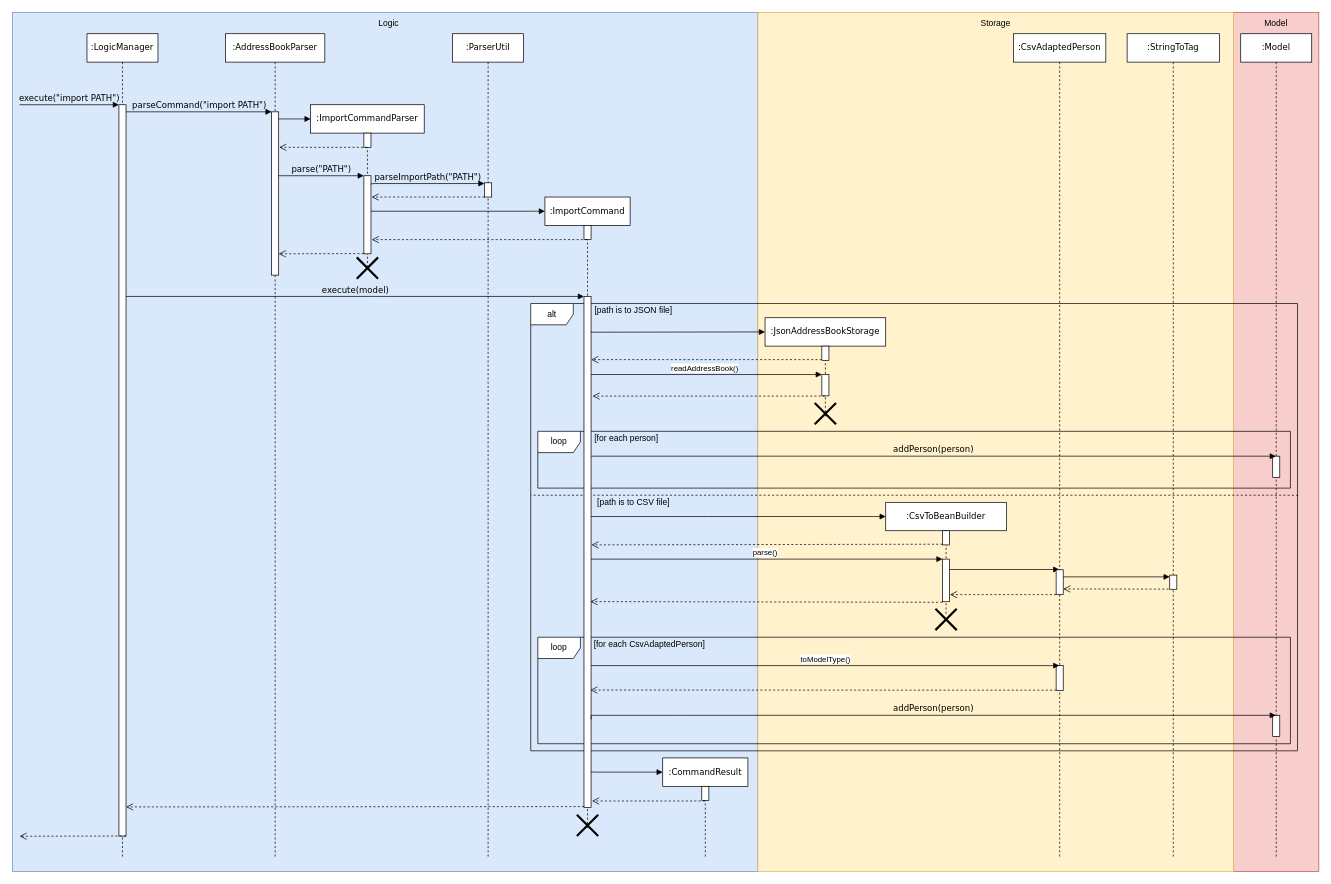
The draw.io diagram docs/diagrams/ImportSequenceDiagram.drawio in nus-cs2103-AY2223S1/tp, before the edit. Source tidied: cells renumbered, new cells numbered last; positions are measured from the earlier drawing's top-left corner, leaving out a move shared by most shapes. Both pictures are drawn from the tidied source at 71%, with x=0, y=0 at pixel (12, 12).
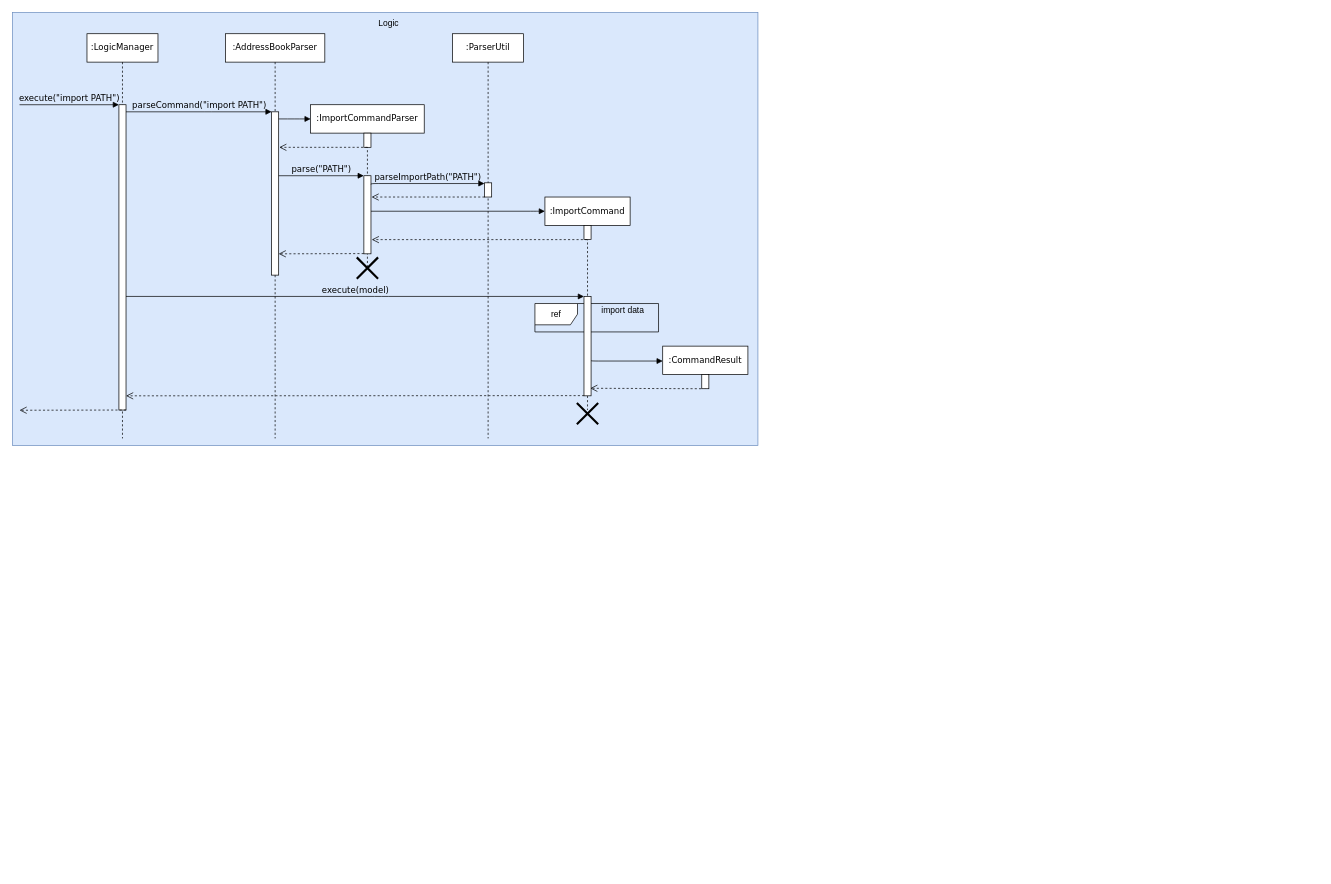
The same page after the edit.

Change to the diagram source:
```diff
@@
-    <mxCell id="2" style="rounded=0;whiteSpace=wrap;html=1;glass=0;fillColor=#f8cecc;strokeColor=#b85450;" parent="1" vertex="1">
-      <mxGeometry x="1720" width="120" height="1210" as="geometry" />
-    </mxCell>
     <mxCell id="3" style="rounded=0;whiteSpace=wrap;html=1;glass=0;fillColor=#dae8fc;strokeColor=#6c8ebf;" parent="1" vertex="1">
-      <mxGeometry width="1050" height="1210" as="geometry" />
+      <mxGeometry width="1050" height="610" as="geometry" />
     </mxCell>
-    <mxCell id="4" style="rounded=0;whiteSpace=wrap;html=1;glass=0;fillColor=#fff2cc;strokeColor=#d6b656;" parent="1" vertex="1">
-      <mxGeometry x="1050" width="670" height="1210" as="geometry" />
-    </mxCell>
-    <mxCell id="5" value="alt" style="shape=umlFrame;whiteSpace=wrap;html=1;rounded=0;glass=0;" parent="1" vertex="1">
-      <mxGeometry x="730" y="410" width="1080" height="630" as="geometry" />
-    </mxCell>
-    <mxCell id="6" value="loop" style="shape=umlFrame;whiteSpace=wrap;html=1;rounded=0;glass=0;" parent="1" vertex="1">
-      <mxGeometry x="740" y="880" width="1060" height="150" as="geometry" />
-    </mxCell>
-    <mxCell id="7" value="loop" style="shape=umlFrame;whiteSpace=wrap;html=1;rounded=0;glass=0;" parent="1" vertex="1">
-      <mxGeometry x="740" y="590" width="1060" height="80" as="geometry" />
-    </mxCell>
     <mxCell id="8" value=":AddressBookParser" style="shape=umlLifeline;perimeter=lifelinePerimeter;whiteSpace=wrap;html=1;rounded=0;shadow=0;comic=0;labelBackgroundColor=none;strokeWidth=1;fontFamily=Verdana;fontSize=12;align=center;" parent="1" vertex="1">
-      <mxGeometry x="300" y="30" width="140" height="1160" as="geometry" />
+      <mxGeometry x="300" y="30" width="140" height="570" as="geometry" />
     </mxCell>
@@
     <mxCell id="11" value=":ParserUtil" style="shape=umlLifeline;perimeter=lifelinePerimeter;whiteSpace=wrap;html=1;rounded=0;shadow=0;comic=0;labelBackgroundColor=none;strokeWidth=1;fontFamily=Verdana;fontSize=12;align=center;" parent="1" vertex="1">
-      <mxGeometry x="620" y="30" width="100" height="1160" as="geometry" />
+      <mxGeometry x="620" y="30" width="100" height="570" as="geometry" />
     </mxCell>
     <mxCell id="12" value=":ImportCommand" style="shape=umlLifeline;perimeter=lifelinePerimeter;whiteSpace=wrap;html=1;outlineConnect=0;rounded=0;shadow=0;comic=0;labelBackgroundColor=none;strokeWidth=1;fontFamily=Verdana;fontSize=12;align=center;" parent="1" vertex="1">
-      <mxGeometry x="750" y="260" width="120" height="890" as="geometry" />
+      <mxGeometry x="750" y="260" width="120" height="300" as="geometry" />
     </mxCell>
@@
-    <mxCell id="14" value=":JsonAddressBookStorage" style="shape=umlLifeline;perimeter=lifelinePerimeter;whiteSpace=wrap;html=1;outlineConnect=0;rounded=0;shadow=0;comic=0;labelBackgroundColor=none;strokeWidth=1;fontFamily=Verdana;fontSize=12;align=center;" parent="1" vertex="1">
-      <mxGeometry x="1060" y="430" width="170" height="140" as="geometry" />
-    </mxCell>
-    <mxCell id="15" style="html=1;points=[];perimeter=orthogonalPerimeter;rounded=0;glass=0;" parent="14" vertex="1">
-      <mxGeometry x="80" y="40" width="10" height="20" as="geometry" />
-    </mxCell>
-    <mxCell id="16" style="html=1;points=[];perimeter=orthogonalPerimeter;rounded=0;glass=0;" parent="14" vertex="1">
-      <mxGeometry x="80" y="80" width="10" height="30" as="geometry" />
-    </mxCell>
-    <mxCell id="17" style="shape=umlDestroy;whiteSpace=wrap;html=1;strokeWidth=3;rounded=0;glass=0;" parent="14" vertex="1">
-      <mxGeometry x="70" y="120" width="30" height="30" as="geometry" />
-    </mxCell>
-    <mxCell id="18" value=":Model" style="shape=umlLifeline;perimeter=lifelinePerimeter;whiteSpace=wrap;html=1;outlineConnect=0;rounded=0;shadow=0;comic=0;labelBackgroundColor=none;strokeWidth=1;fontFamily=Verdana;fontSize=12;align=center;" parent="1" vertex="1">
-      <mxGeometry x="1730" y="30" width="100" height="1160" as="geometry" />
-    </mxCell>
-    <mxCell id="19" style="html=1;perimeter=orthogonalPerimeter;rounded=0;shadow=0;comic=0;labelBackgroundColor=none;strokeColor=#000000;strokeWidth=1;fillColor=#FFFFFF;fontFamily=Verdana;fontSize=12;fontColor=#000000;align=center;" parent="18" vertex="1">
-      <mxGeometry x="45" y="595" width="10" height="30" as="geometry" />
-    </mxCell>
-    <mxCell id="20" style="endArrow=none;dashed=1;html=1;rounded=0;" parent="18" edge="1">
-      <mxGeometry relative="1" as="geometry">
-        <mxPoint x="81" y="650" as="sourcePoint" />
-        <mxPoint x="-1000" y="650" as="targetPoint" />
-      </mxGeometry>
-    </mxCell>
-    <mxCell id="21" style="html=1;perimeter=orthogonalPerimeter;rounded=0;shadow=0;comic=0;labelBackgroundColor=none;strokeColor=#000000;strokeWidth=1;fillColor=#FFFFFF;fontFamily=Verdana;fontSize=12;fontColor=#000000;align=center;" parent="18" vertex="1">
-      <mxGeometry x="45" y="960" width="10" height="30" as="geometry" />
-    </mxCell>
+    <mxCell id="70" style="shape=umlDestroy;whiteSpace=wrap;html=1;strokeWidth=3;rounded=0;glass=0;" parent="12" vertex="1">
+      <mxGeometry x="45" y="290" width="30" height="30" as="geometry" />
+    </mxCell>
     <mxCell id="22" value=":LogicManager" style="shape=umlLifeline;perimeter=lifelinePerimeter;whiteSpace=wrap;html=1;rounded=0;shadow=0;comic=0;labelBackgroundColor=none;strokeWidth=1;fontFamily=Verdana;fontSize=12;align=center;" parent="1" vertex="1">
-      <mxGeometry x="105" y="30" width="100" height="1160" as="geometry" />
+      <mxGeometry x="105" y="30" width="100" height="570" as="geometry" />
     </mxCell>
     <mxCell id="23" style="html=1;points=[];perimeter=orthogonalPerimeter;rounded=0;shadow=0;comic=0;labelBackgroundColor=none;strokeWidth=1;fontFamily=Verdana;fontSize=12;align=center;" parent="22" vertex="1">
-      <mxGeometry x="45" y="100" width="10" height="1030" as="geometry" />
+      <mxGeometry x="45" y="100" width="10" height="430" as="geometry" />
     </mxCell>
@@
     <mxCell id="25" style="html=1;verticalAlign=bottom;endArrow=open;dashed=1;endSize=8;labelBackgroundColor=none;fontFamily=Verdana;fontSize=12;edgeStyle=elbowEdgeStyle;elbow=vertical;exitX=-0.013;exitY=0.997;exitDx=0;exitDy=0;exitPerimeter=0;" parent="22" edge="1">
       <mxGeometry x="-0.13" y="-10" relative="1" as="geometry">
-        <mxPoint x="55" y="1130" as="sourcePoint" />
-        <mxPoint x="-95" y="1130" as="targetPoint" />
+        <mxPoint x="55" y="530" as="sourcePoint" />
+        <mxPoint x="-95" y="530" as="targetPoint" />
         <Array as="points">
-          <mxPoint x="30.1" y="1130.3" />
-          <mxPoint x="-69.9" y="1120.3" />
-          <mxPoint x="-9.9" y="1120.3" />
+          <mxPoint x="30.1" y="530.3" />
+          <mxPoint x="-69.9" y="520.3" />
+          <mxPoint x="-9.9" y="520.3" />
         </Array>
       </mxGeometry>
     </mxCell>
@@
-    <mxCell id="40" value="readAddressBook()" style="html=1;verticalAlign=bottom;endArrow=block;entryX=0;entryY=0;rounded=0;" parent="1" edge="1" source="12" target="16">
-      <mxGeometry relative="1" as="geometry" />
-    </mxCell>
-    <mxCell id="41" value="[path is to JSON file]" style="text;html=1;strokeColor=none;fillColor=none;align=center;verticalAlign=middle;whiteSpace=wrap;rounded=0;glass=0;" parent="1" vertex="1">
-      <mxGeometry x="815" y="410" width="120" height="20" as="geometry" />
-    </mxCell>
-    <mxCell id="42" style="html=1;verticalAlign=bottom;endArrow=open;dashed=1;endSize=8;exitX=0;exitY=0.95;rounded=0;" parent="1" edge="1" source="15" target="55">
-      <mxGeometry relative="1" as="geometry" />
-    </mxCell>
-    <mxCell id="43" style="html=1;verticalAlign=bottom;endArrow=open;dashed=1;endSize=8;rounded=0;entryX=1.2;entryY=0.195;entryDx=0;entryDy=0;entryPerimeter=0;" parent="1" edge="1" source="14" target="55">
-      <mxGeometry relative="1" as="geometry" />
-    </mxCell>
-    <mxCell id="44" value="[for each person]" style="text;html=1;strokeColor=none;fillColor=none;align=center;verticalAlign=middle;whiteSpace=wrap;rounded=0;glass=0;" parent="1" vertex="1">
-      <mxGeometry x="805" y="590" width="120" height="20" as="geometry" />
-    </mxCell>
-    <mxCell id="45" value="addPerson(person)" style="html=1;verticalAlign=bottom;endArrow=block;labelBackgroundColor=none;fontFamily=Verdana;fontSize=12;edgeStyle=elbowEdgeStyle;elbow=vertical;" parent="1" edge="1" target="18">
-      <mxGeometry relative="1" as="geometry">
-        <mxPoint x="815" y="625" as="sourcePoint" />
-        <Array as="points">
-          <mxPoint x="950" y="625" />
-        </Array>
-      </mxGeometry>
-    </mxCell>
-    <mxCell id="46" style="html=1;verticalAlign=bottom;endArrow=block;labelBackgroundColor=none;fontFamily=Verdana;fontSize=12;edgeStyle=elbowEdgeStyle;elbow=vertical;" parent="1" edge="1" source="12">
-      <mxGeometry relative="1" as="geometry">
-        <mxPoint x="1230" y="710" as="targetPoint" />
-        <Array as="points">
-          <mxPoint x="989.1" y="710" />
-        </Array>
-      </mxGeometry>
-    </mxCell>
-    <mxCell id="47" value=":CsvToBeanBuilder" style="shape=umlLifeline;perimeter=lifelinePerimeter;whiteSpace=wrap;html=1;rounded=0;shadow=0;comic=0;labelBackgroundColor=none;strokeWidth=1;fontFamily=Verdana;fontSize=12;align=center;" parent="1" vertex="1">
-      <mxGeometry x="1230" y="690" width="170" height="160" as="geometry" />
-    </mxCell>
-    <mxCell id="48" style="html=1;points=[];perimeter=orthogonalPerimeter;rounded=0;glass=0;" parent="47" vertex="1">
-      <mxGeometry x="80" y="40" width="10" height="20" as="geometry" />
-    </mxCell>
-    <mxCell id="49" style="html=1;points=[];perimeter=orthogonalPerimeter;rounded=0;glass=0;" parent="47" vertex="1">
-      <mxGeometry x="80" y="80" width="10" height="60" as="geometry" />
-    </mxCell>
-    <mxCell id="50" style="html=1;verticalAlign=bottom;endArrow=block;rounded=0;" parent="47" edge="1" target="56">
-      <mxGeometry relative="1" as="geometry">
-        <mxPoint x="90" y="94.6" as="sourcePoint" />
-      </mxGeometry>
-    </mxCell>
-    <mxCell id="51" value="parse()" style="html=1;verticalAlign=bottom;endArrow=block;entryX=0;entryY=0;rounded=0;" parent="1" edge="1" source="12" target="49">
-      <mxGeometry relative="1" as="geometry" />
-    </mxCell>
-    <mxCell id="52" style="html=1;verticalAlign=bottom;endArrow=open;dashed=1;endSize=8;exitX=0;exitY=0.95;rounded=0;entryX=1.053;entryY=0.486;entryDx=0;entryDy=0;entryPerimeter=0;" parent="1" edge="1" source="48" target="55">
-      <mxGeometry relative="1" as="geometry" />
-    </mxCell>
-    <mxCell id="53" style="shape=umlDestroy;whiteSpace=wrap;html=1;strokeWidth=3;rounded=0;glass=0;" parent="1" vertex="1">
-      <mxGeometry x="1300" y="840" width="30" height="30" as="geometry" />
-    </mxCell>
-    <mxCell id="54" value="[path is to CSV file]" style="text;html=1;strokeColor=none;fillColor=none;align=center;verticalAlign=middle;whiteSpace=wrap;rounded=0;glass=0;" parent="1" vertex="1">
-      <mxGeometry x="815" y="680" width="120" height="20" as="geometry" />
-    </mxCell>
-    <mxCell id="55" style="html=1;points=[];perimeter=orthogonalPerimeter;rounded=0;shadow=0;comic=0;labelBackgroundColor=none;strokeWidth=1;fontFamily=Verdana;fontSize=12;align=center;" parent="1" vertex="1">
-      <mxGeometry x="805" y="400" width="10" height="720" as="geometry" />
-    </mxCell>
-    <mxCell id="56" value=":CsvAdaptedPerson" style="shape=umlLifeline;perimeter=lifelinePerimeter;whiteSpace=wrap;html=1;outlineConnect=0;rounded=0;shadow=0;comic=0;labelBackgroundColor=none;strokeWidth=1;fontFamily=Verdana;fontSize=12;align=center;" parent="1" vertex="1">
-      <mxGeometry x="1410" y="30" width="130" height="1160" as="geometry" />
-    </mxCell>
-    <mxCell id="57" style="html=1;perimeter=orthogonalPerimeter;rounded=0;glass=0;" parent="56" vertex="1">
-      <mxGeometry x="60" y="755" width="10" height="35" as="geometry" />
-    </mxCell>
-    <mxCell id="58" style="html=1;verticalAlign=bottom;endArrow=open;dashed=1;endSize=8;rounded=0;entryX=1.04;entryY=0.833;entryDx=0;entryDy=0;entryPerimeter=0;" parent="56" edge="1" target="49">
-      <mxGeometry relative="1" as="geometry">
-        <mxPoint x="60" y="790" as="sourcePoint" />
-      </mxGeometry>
-    </mxCell>
-    <mxCell id="59" style="html=1;points=[];perimeter=orthogonalPerimeter;rounded=0;glass=0;" parent="56" vertex="1">
-      <mxGeometry x="60" y="890" width="10" height="35" as="geometry" />
-    </mxCell>
-    <mxCell id="60" value=":StringToTag" style="shape=umlLifeline;perimeter=lifelinePerimeter;whiteSpace=wrap;html=1;rounded=0;shadow=0;comic=0;labelBackgroundColor=none;strokeWidth=1;fontFamily=Verdana;fontSize=12;align=center;" parent="1" vertex="1">
-      <mxGeometry x="1570" y="30" width="130" height="1160" as="geometry" />
-    </mxCell>
-    <mxCell id="61" style="html=1;verticalAlign=bottom;endArrow=block;rounded=0;" parent="60" edge="1">
-      <mxGeometry relative="1" as="geometry">
-        <mxPoint x="-90" y="765" as="sourcePoint" />
-        <mxPoint x="60" y="765" as="targetPoint" />
-      </mxGeometry>
-    </mxCell>
-    <mxCell id="62" style="html=1;points=[];perimeter=orthogonalPerimeter;rounded=0;glass=0;" parent="60" vertex="1">
-      <mxGeometry x="60" y="762.5" width="10" height="20" as="geometry" />
-    </mxCell>
-    <mxCell id="63" value="[for each CsvAdaptedPerson]" style="text;html=1;strokeColor=none;fillColor=none;align=center;verticalAlign=middle;whiteSpace=wrap;rounded=0;glass=0;" parent="1" vertex="1">
-      <mxGeometry x="815" y="880" width="165" height="20" as="geometry" />
-    </mxCell>
-    <mxCell id="64" style="html=1;verticalAlign=bottom;endArrow=none;labelBackgroundColor=none;fontFamily=Verdana;fontSize=12;edgeStyle=elbowEdgeStyle;elbow=vertical;" parent="1" edge="1" target="6">
-      <mxGeometry relative="1" as="geometry">
-        <mxPoint x="815" y="990" as="sourcePoint" />
-      </mxGeometry>
-    </mxCell>
-    <mxCell id="65" value="toModelType()" style="html=1;verticalAlign=bottom;endArrow=block;rounded=0;" parent="1" edge="1" target="56">
-      <mxGeometry relative="1" as="geometry">
-        <mxPoint x="815" y="920" as="sourcePoint" />
-      </mxGeometry>
-    </mxCell>
-    <mxCell id="66" style="html=1;verticalAlign=bottom;endArrow=open;dashed=1;endSize=8;rounded=0;exitX=0.039;exitY=0.987;exitDx=0;exitDy=0;exitPerimeter=0;entryX=0.887;entryY=0.77;entryDx=0;entryDy=0;entryPerimeter=0;" parent="1" edge="1" source="59" target="55">
-      <mxGeometry relative="1" as="geometry" />
-    </mxCell>
-    <mxCell id="67" style="html=1;verticalAlign=bottom;endArrow=open;dashed=1;endSize=8;rounded=0;exitX=-0.012;exitY=1.013;exitDx=0;exitDy=0;exitPerimeter=0;entryX=0.91;entryY=0.597;entryDx=0;entryDy=0;entryPerimeter=0;" parent="1" edge="1" source="49" target="55">
-      <mxGeometry relative="1" as="geometry" />
-    </mxCell>
     <mxCell id="68" style="html=1;verticalAlign=bottom;endArrow=open;dashed=1;endSize=8;exitX=0.033;exitY=0.998;rounded=0;exitDx=0;exitDy=0;exitPerimeter=0;" parent="1" edge="1" source="55">
       <mxGeometry relative="1" as="geometry">
-        <mxPoint x="160" y="1119" as="targetPoint" />
+        <mxPoint x="160" y="540" as="targetPoint" />
       </mxGeometry>
     </mxCell>
-    <mxCell id="69" style="html=1;verticalAlign=bottom;endArrow=open;dashed=1;endSize=8;rounded=0;exitX=-0.157;exitY=0.989;exitDx=0;exitDy=0;exitPerimeter=0;" parent="1" edge="1" source="62">
-      <mxGeometry relative="1" as="geometry">
-        <mxPoint x="1480" y="812" as="targetPoint" />
-      </mxGeometry>
-    </mxCell>
-    <mxCell id="70" style="shape=umlDestroy;whiteSpace=wrap;html=1;strokeWidth=3;rounded=0;glass=0;" parent="1" vertex="1">
-      <mxGeometry x="795" y="1130" width="30" height="30" as="geometry" />
-    </mxCell>
     <mxCell id="71" value=":CommandResult" style="shape=umlLifeline;perimeter=lifelinePerimeter;whiteSpace=wrap;html=1;outlineConnect=0;rounded=0;shadow=0;comic=0;labelBackgroundColor=none;strokeWidth=1;fontFamily=Verdana;fontSize=12;align=center;" parent="1" vertex="1">
-      <mxGeometry x="915.9" y="1050" width="120" height="140" as="geometry" />
+      <mxGeometry x="915.9" y="470" width="120" height="60" as="geometry" />
     </mxCell>
@@
     <mxCell id="73" style="html=1;verticalAlign=bottom;endArrow=block;labelBackgroundColor=none;fontFamily=Verdana;fontSize=12;edgeStyle=elbowEdgeStyle;elbow=vertical;" parent="1" edge="1">
       <mxGeometry relative="1" as="geometry">
-        <mxPoint x="815" y="1069" as="sourcePoint" />
-        <mxPoint x="915.9" y="1070.2" as="targetPoint" />
+        <mxPoint x="815" y="490" as="sourcePoint" />
+        <mxPoint x="915.9" y="491.2" as="targetPoint" />
       </mxGeometry>
     </mxCell>
-    <mxCell id="74" style="html=1;verticalAlign=bottom;endArrow=open;dashed=1;endSize=8;rounded=0;entryX=1.133;entryY=0.987;entryDx=0;entryDy=0;entryPerimeter=0;" parent="1" edge="1" source="71" target="55">
-      <mxGeometry relative="1" as="geometry" />
+    <mxCell id="74" style="html=1;verticalAlign=bottom;endArrow=open;dashed=1;endSize=8;rounded=0;entryX=0.88;entryY=0.924;entryDx=0;entryDy=0;entryPerimeter=0;" parent="1" edge="1" target="55">
+      <mxGeometry relative="1" as="geometry">
+        <mxPoint x="970" y="530" as="sourcePoint" />
+      </mxGeometry>
     </mxCell>
-    <mxCell id="75" style="html=1;verticalAlign=bottom;endArrow=block;labelBackgroundColor=none;fontFamily=Verdana;fontSize=12;edgeStyle=elbowEdgeStyle;elbow=vertical;exitX=0.956;exitY=0.07;exitDx=0;exitDy=0;exitPerimeter=0;" parent="1" edge="1" source="55">
-      <mxGeometry relative="1" as="geometry">
-        <mxPoint x="1060" y="450" as="targetPoint" />
-        <Array as="points">
-          <mxPoint x="819.1" y="450" />
-        </Array>
-      </mxGeometry>
-    </mxCell>
-    <mxCell id="76" value="addPerson(person)" style="html=1;verticalAlign=bottom;endArrow=block;labelBackgroundColor=none;fontFamily=Verdana;fontSize=12;edgeStyle=elbowEdgeStyle;elbow=vertical;" parent="1" edge="1">
-      <mxGeometry relative="1" as="geometry">
-        <mxPoint x="815" y="990" as="sourcePoint" />
-        <mxPoint x="1779.5" y="990" as="targetPoint" />
-        <Array as="points">
-          <mxPoint x="950" y="990" />
-        </Array>
-      </mxGeometry>
-    </mxCell>
@@
-    <mxCell id="78" value="Storage" style="text;html=1;strokeColor=none;fillColor=none;align=center;verticalAlign=middle;whiteSpace=wrap;rounded=0;glass=0;" parent="1" vertex="1">
-      <mxGeometry x="1355" width="60" height="30" as="geometry" />
-    </mxCell>
-    <mxCell id="79" value="Model" style="text;html=1;strokeColor=none;fillColor=none;align=center;verticalAlign=middle;whiteSpace=wrap;rounded=0;glass=0;" parent="1" vertex="1">
-      <mxGeometry x="1750" width="60" height="30" as="geometry" />
-    </mxCell>
+    <mxCell id="80" value="ref" style="shape=umlFrame;whiteSpace=wrap;html=1;" parent="1" vertex="1">
+      <mxGeometry x="735.9" y="410" width="174.1" height="40" as="geometry" />
+    </mxCell>
+    <mxCell id="81" value="import data" style="text;html=1;strokeColor=none;fillColor=none;align=center;verticalAlign=middle;whiteSpace=wrap;rounded=0;" parent="1" vertex="1">
+      <mxGeometry x="815" y="410" width="90" height="20" as="geometry" />
+    </mxCell>
+    <mxCell id="55" style="html=1;points=[];perimeter=orthogonalPerimeter;rounded=0;shadow=0;comic=0;labelBackgroundColor=none;strokeWidth=1;fontFamily=Verdana;fontSize=12;align=center;" parent="1" vertex="1">
+      <mxGeometry x="805" y="400" width="10" height="140" as="geometry" />
+    </mxCell>
```
